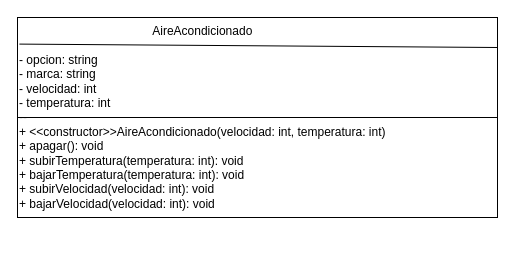
Above: Unidad 6/AireAcondicionado.drawio in informatica042003/inf512programas (draw.io), before the change. Source tidied: cells renumbered, new cells numbered last; positions are measured from the earlier drawing's top-left corner, leaving out a move shared by most shapes. Both pictures are drawn from the tidied source at 100%, with x=0, y=0 at pixel (17, 17).
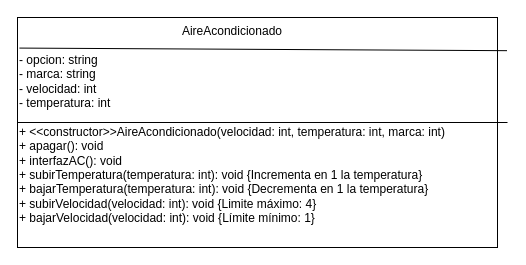
Above is the later version.

Diff of the diagram source:
```diff
@@
 <mxGraphModel>
   <root>
     <mxCell id="0" />
     <mxCell id="1" parent="0" />
     <mxCell id="2" style="rounded=0;whiteSpace=wrap;html=1;" parent="1" vertex="1">
-      <mxGeometry width="480" height="200" as="geometry" />
+      <mxGeometry width="480" height="230" as="geometry" />
     </mxCell>
-    <mxCell id="3" value="&lt;div style=&quot;text-align: center&quot;&gt;&lt;span&gt;AireAcondicionado&lt;/span&gt;&lt;/div&gt;&lt;br&gt;- opcion: string&lt;br&gt;- marca: string&lt;br&gt;- velocidad: int&lt;br&gt;- temperatura: int&lt;br&gt;--&lt;br&gt;+ &amp;lt;&amp;lt;constructor&amp;gt;&amp;gt;AireAcondicionado(velocidad: int, temperatura: int)&lt;br&gt;+ apagar(): void&lt;br&gt;+ subirTemperatura(temperatura: int): void&lt;br&gt;+ bajarTemperatura(temperatura: int): void&lt;br&gt;+ subirVelocidad(velocidad: int): void&lt;br&gt;+ bajarVelocidad(velocidad: int): void" style="text;whiteSpace=wrap;html=1;" parent="1" vertex="1">
-      <mxGeometry width="480" height="200" as="geometry" />
+    <mxCell id="3" value="&lt;div style=&quot;text-align: center&quot;&gt;&lt;span&gt;AireAcondicionado&lt;/span&gt;&lt;/div&gt;&lt;br&gt;- opcion: string&lt;br&gt;- marca: string&amp;nbsp;&lt;br&gt;- velocidad: int&lt;br&gt;- temperatura: int&lt;br&gt;&lt;br&gt;+ &amp;lt;&amp;lt;constructor&amp;gt;&amp;gt;AireAcondicionado(velocidad: int, temperatura: int, marca: int)&lt;br&gt;+ apagar(): void&lt;br&gt;+ interfazAC(): void&lt;br&gt;+ subirTemperatura(temperatura: int): void {Incrementa en 1 la temperatura}&lt;br&gt;+ bajarTemperatura(temperatura: int): void {Decrementa en 1 la temperatura}&lt;br&gt;+ subirVelocidad(velocidad: int): void {Limite máximo: 4}&lt;br&gt;+ bajarVelocidad(velocidad: int): void {Límite mínimo: 1}" style="text;whiteSpace=wrap;html=1;" parent="1" vertex="1">
+      <mxGeometry width="490" height="210" as="geometry" />
     </mxCell>
     <mxCell id="4" style="endArrow=none;html=1;exitX=0;exitY=0.5;exitDx=0;exitDy=0;entryX=1;entryY=0.5;entryDx=0;entryDy=0;" parent="1" edge="1" source="3" target="3">
       <mxGeometry relative="1" as="geometry" />
     </mxCell>
-    <mxCell id="5" style="endArrow=none;html=1;exitX=0.004;exitY=0.133;exitDx=0;exitDy=0;exitPerimeter=0;" parent="1" edge="1" source="2">
-      <mxGeometry relative="1" as="geometry">
-        <mxPoint x="480" y="30" as="targetPoint" />
-      </mxGeometry>
+    <mxCell id="5" style="endArrow=none;html=1;exitX=0.004;exitY=0.133;exitDx=0;exitDy=0;exitPerimeter=0;entryX=0.999;entryY=0.158;entryDx=0;entryDy=0;entryPerimeter=0;" parent="1" edge="1" source="2" target="3">
+      <mxGeometry relative="1" as="geometry" />
     </mxCell>
   </root>
 </mxGraphModel>
```
